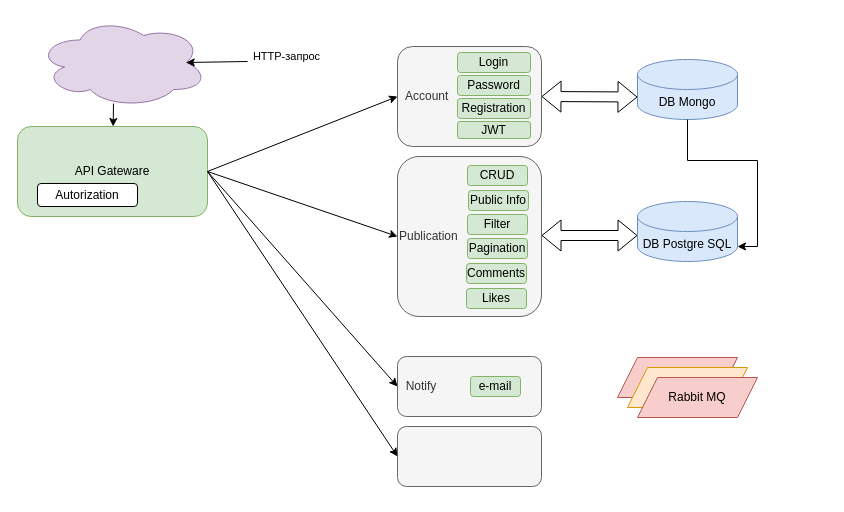
This is specification.drawio from htmlacademy-nestjs/2270551-readme-5, a draw.io file, before an edit. Source tidied: cells renumbered, new cells numbered last; positions are measured from the earlier drawing's top-left corner, leaving out a move shared by most shapes. Both pictures are drawn from the tidied source at 100%, with x=0, y=0 at pixel (17, 17).
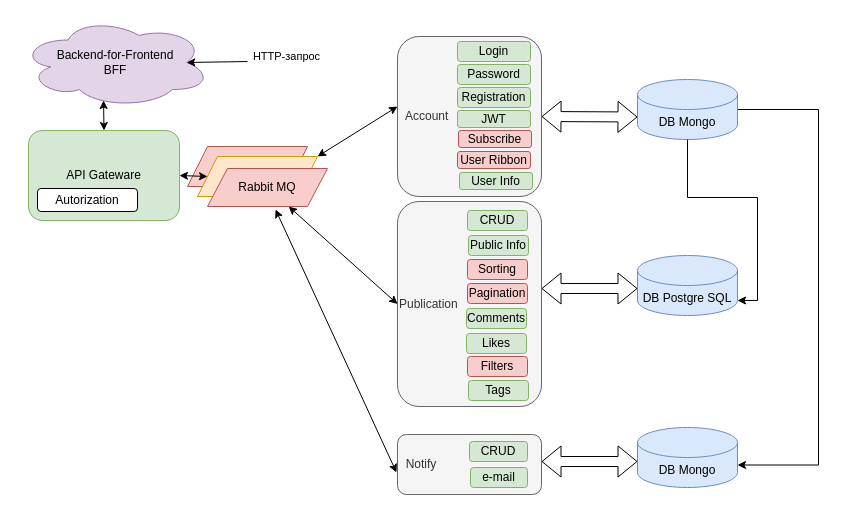
The same page after the edit.

Diff of the diagram source:
```diff
@@
-    <mxCell id="2" style="ellipse;shape=cloud;whiteSpace=wrap;html=1;fillColor=#e1d5e7;strokeColor=#9673a6;" parent="1" vertex="1">
-      <mxGeometry x="20" width="170" height="90" as="geometry" />
+    <mxCell id="2" value="Backend-for-Frontend&lt;br&gt;BFF" style="ellipse;shape=cloud;whiteSpace=wrap;html=1;fillColor=#e1d5e7;strokeColor=#9673a6;" parent="1" vertex="1">
+      <mxGeometry x="3" width="190" height="90" as="geometry" />
     </mxCell>
-    <mxCell id="3" style="endArrow=classic;html=1;rounded=0;exitX=0.447;exitY=0.956;exitDx=0;exitDy=0;exitPerimeter=0;" parent="1" edge="1" source="2" target="4">
-      <mxGeometry relative="1" as="geometry" />
-    </mxCell>
     <mxCell id="4" value="API Gateware" style="rounded=1;whiteSpace=wrap;html=1;fillColor=#d5e8d4;strokeColor=#82b366;" parent="1" vertex="1">
-      <mxGeometry y="109" width="190" height="90" as="geometry" />
+      <mxGeometry x="11" y="113" width="151" height="90" as="geometry" />
     </mxCell>
     <mxCell id="5" value="&amp;nbsp; Account" style="rounded=1;whiteSpace=wrap;html=1;fillColor=#f5f5f5;fontColor=#333333;strokeColor=#666666;align=left;" parent="1" vertex="1">
-      <mxGeometry x="380" y="29" width="144" height="100" as="geometry" />
+      <mxGeometry x="380" y="19" width="144" height="160" as="geometry" />
     </mxCell>
     <mxCell id="6" value="Publication" style="rounded=1;whiteSpace=wrap;html=1;fillColor=#f5f5f5;fontColor=#333333;strokeColor=#666666;align=left;" parent="1" vertex="1">
-      <mxGeometry x="380" y="139" width="144" height="160" as="geometry" />
+      <mxGeometry x="380" y="184" width="144" height="205" as="geometry" />
     </mxCell>
     <mxCell id="7" value="&lt;div style=&quot;&quot;&gt;&lt;div style=&quot;&quot;&gt;&amp;nbsp; Notify&lt;/div&gt;&lt;/div&gt;" style="rounded=1;whiteSpace=wrap;html=1;fillColor=#f5f5f5;fontColor=#333333;strokeColor=#666666;align=left;" parent="1" vertex="1">
-      <mxGeometry x="380" y="339" width="144" height="60" as="geometry" />
+      <mxGeometry x="380" y="417" width="144" height="60" as="geometry" />
     </mxCell>
-    <mxCell id="8" style="rounded=1;whiteSpace=wrap;html=1;fillColor=#f5f5f5;fontColor=#333333;strokeColor=#666666;" parent="1" vertex="1">
-      <mxGeometry x="380" y="409" width="144" height="60" as="geometry" />
-    </mxCell>
+    <mxCell id="34" style="edgeStyle=orthogonalEdgeStyle;rounded=0;jettySize=auto;html=1;exitX=1;exitY=0.5;exitDx=0;exitDy=0;exitPerimeter=0;entryX=1;entryY=0;entryDx=0;entryDy=37.5;entryPerimeter=0;" parent="1" edge="1" source="9" target="42">
+      <mxGeometry relative="1" as="geometry">
+        <Array as="points">
+          <mxPoint x="801" y="92" />
+          <mxPoint x="801" y="448" />
+        </Array>
+      </mxGeometry>
+    </mxCell>
     <mxCell id="9" value="DB Mongo" style="shape=cylinder3;whiteSpace=wrap;html=1;boundedLbl=1;backgroundOutline=1;size=15;fillColor=#dae8fc;strokeColor=#6c8ebf;" parent="1" vertex="1">
-      <mxGeometry x="620" y="42" width="100" height="60" as="geometry" />
+      <mxGeometry x="620" y="62" width="100" height="60" as="geometry" />
     </mxCell>
@@
     <mxCell id="11" value="DB Postgre SQL" style="shape=cylinder3;whiteSpace=wrap;html=1;boundedLbl=1;backgroundOutline=1;size=15;fillColor=#dae8fc;strokeColor=#6c8ebf;" parent="1" vertex="1">
-      <mxGeometry x="620" y="184" width="100" height="60" as="geometry" />
+      <mxGeometry x="620" y="238" width="100" height="60" as="geometry" />
     </mxCell>
     <mxCell id="12" style="shape=flexArrow;endArrow=classic;startArrow=classic;html=1;rounded=0;exitX=1;exitY=0.5;exitDx=0;exitDy=0;" parent="1" edge="1">
       <mxGeometry relative="1" as="geometry">
-        <mxPoint x="524" y="218" as="sourcePoint" />
-        <mxPoint x="620" y="218" as="targetPoint" />
+        <mxPoint x="524" y="271" as="sourcePoint" />
+        <mxPoint x="620" y="271" as="targetPoint" />
       </mxGeometry>
     </mxCell>
     <mxCell id="13" style="shape=parallelogram;perimeter=parallelogramPerimeter;whiteSpace=wrap;html=1;fixedSize=1;fillColor=#f8cecc;strokeColor=#b85450;" parent="1" vertex="1">
-      <mxGeometry x="600" y="340" width="120" height="40" as="geometry" />
+      <mxGeometry x="170" y="129" width="120" height="40" as="geometry" />
     </mxCell>
     <mxCell id="14" style="shape=parallelogram;perimeter=parallelogramPerimeter;whiteSpace=wrap;html=1;fixedSize=1;fillColor=#ffe6cc;strokeColor=#d79b00;" parent="1" vertex="1">
-      <mxGeometry x="610" y="350" width="120" height="40" as="geometry" />
+      <mxGeometry x="180" y="139" width="120" height="40" as="geometry" />
     </mxCell>
     <mxCell id="15" value="Rabbit MQ" style="shape=parallelogram;perimeter=parallelogramPerimeter;whiteSpace=wrap;html=1;fixedSize=1;fillColor=#f8cecc;strokeColor=#b85450;" parent="1" vertex="1">
-      <mxGeometry x="620" y="360" width="120" height="40" as="geometry" />
+      <mxGeometry x="190" y="151" width="120" height="38" as="geometry" />
     </mxCell>
@@
-    <mxCell id="17" style="endArrow=classic;html=1;rounded=0;exitX=1;exitY=0.5;exitDx=0;exitDy=0;entryX=0;entryY=0.5;entryDx=0;entryDy=0;" parent="1" edge="1" source="4" target="5">
-      <mxGeometry relative="1" as="geometry" />
-    </mxCell>
-    <mxCell id="18" style="endArrow=classic;html=1;rounded=0;exitX=1;exitY=0.5;exitDx=0;exitDy=0;entryX=0;entryY=0.5;entryDx=0;entryDy=0;" parent="1" edge="1" source="4" target="6">
-      <mxGeometry relative="1" as="geometry" />
-    </mxCell>
-    <mxCell id="19" style="endArrow=classic;html=1;rounded=0;exitX=1;exitY=0.5;exitDx=0;exitDy=0;entryX=0;entryY=0.5;entryDx=0;entryDy=0;" parent="1" edge="1" source="4" target="7">
-      <mxGeometry relative="1" as="geometry" />
-    </mxCell>
-    <mxCell id="20" style="endArrow=classic;html=1;rounded=0;exitX=1;exitY=0.5;exitDx=0;exitDy=0;entryX=0;entryY=0.5;entryDx=0;entryDy=0;" parent="1" edge="1" source="4" target="8">
-      <mxGeometry relative="1" as="geometry" />
-    </mxCell>
     <mxCell id="21" value="e-mail" style="rounded=1;whiteSpace=wrap;html=1;fillColor=#d5e8d4;strokeColor=#82b366;" parent="1" vertex="1">
-      <mxGeometry x="453" y="359" width="50" height="20" as="geometry" />
+      <mxGeometry x="453" y="450" width="57" height="20" as="geometry" />
     </mxCell>
     <mxCell id="22" value="Login" style="rounded=1;whiteSpace=wrap;html=1;fillColor=#d5e8d4;strokeColor=#82b366;" parent="1" vertex="1">
-      <mxGeometry x="440" y="35" width="73" height="20" as="geometry" />
+      <mxGeometry x="440" y="24" width="73" height="20" as="geometry" />
     </mxCell>
     <mxCell id="23" value="JWT" style="rounded=1;whiteSpace=wrap;html=1;fillColor=#d5e8d4;strokeColor=#82b366;" parent="1" vertex="1">
-      <mxGeometry x="440" y="104" width="73" height="17" as="geometry" />
+      <mxGeometry x="440" y="93" width="73" height="17" as="geometry" />
     </mxCell>
     <mxCell id="24" value="Registration" style="rounded=1;whiteSpace=wrap;html=1;fillColor=#d5e8d4;strokeColor=#82b366;" parent="1" vertex="1">
-      <mxGeometry x="440" y="81" width="73" height="20" as="geometry" />
+      <mxGeometry x="440" y="70" width="73" height="20" as="geometry" />
     </mxCell>
@@
-    <mxCell id="26" value="Filter" style="rounded=1;whiteSpace=wrap;html=1;fillColor=#d5e8d4;strokeColor=#82b366;" parent="1" vertex="1">
-      <mxGeometry x="450" y="197" width="60" height="20" as="geometry" />
+    <mxCell id="26" value="Sorting" style="rounded=1;whiteSpace=wrap;html=1;fillColor=#f8cecc;strokeColor=#b85450;" parent="1" vertex="1">
+      <mxGeometry x="450" y="242" width="60" height="20" as="geometry" />
     </mxCell>
     <mxCell id="27" value="CRUD" style="rounded=1;whiteSpace=wrap;html=1;fillColor=#d5e8d4;strokeColor=#82b366;" parent="1" vertex="1">
-      <mxGeometry x="450" y="148" width="60" height="20" as="geometry" />
+      <mxGeometry x="450" y="193" width="60" height="20" as="geometry" />
     </mxCell>
     <mxCell id="28" value="Autorization" style="rounded=1;whiteSpace=wrap;html=1;" parent="1" vertex="1">
-      <mxGeometry x="20" y="166" width="100" height="23" as="geometry" />
+      <mxGeometry x="20" y="171" width="100" height="23" as="geometry" />
     </mxCell>
-    <mxCell id="29" value="Pagination" style="rounded=1;whiteSpace=wrap;html=1;fillColor=#d5e8d4;strokeColor=#82b366;" parent="1" vertex="1">
-      <mxGeometry x="450" y="221" width="60" height="20" as="geometry" />
+    <mxCell id="29" value="Pagination" style="rounded=1;whiteSpace=wrap;html=1;fillColor=#f8cecc;strokeColor=#b85450;" parent="1" vertex="1">
+      <mxGeometry x="450" y="266" width="60" height="20" as="geometry" />
     </mxCell>
     <mxCell id="30" value="Comments" style="rounded=1;whiteSpace=wrap;html=1;fillColor=#d5e8d4;strokeColor=#82b366;" parent="1" vertex="1">
-      <mxGeometry x="449" y="246" width="60" height="20" as="geometry" />
+      <mxGeometry x="449" y="291" width="60" height="20" as="geometry" />
     </mxCell>
     <mxCell id="31" value="Likes" style="rounded=1;whiteSpace=wrap;html=1;fillColor=#d5e8d4;strokeColor=#82b366;" parent="1" vertex="1">
-      <mxGeometry x="449" y="271" width="60" height="20" as="geometry" />
+      <mxGeometry x="449" y="316" width="60" height="20" as="geometry" />
     </mxCell>
     <mxCell id="32" value="Public Info" style="rounded=1;whiteSpace=wrap;html=1;fillColor=#d5e8d4;strokeColor=#82b366;" parent="1" vertex="1">
-      <mxGeometry x="451" y="173" width="60" height="20" as="geometry" />
+      <mxGeometry x="451" y="218" width="60" height="20" as="geometry" />
     </mxCell>
     <mxCell id="33" value="Password" style="rounded=1;whiteSpace=wrap;html=1;fillColor=#d5e8d4;strokeColor=#82b366;" parent="1" vertex="1">
-      <mxGeometry x="440" y="58" width="73" height="20" as="geometry" />
+      <mxGeometry x="440" y="47" width="73" height="20" as="geometry" />
     </mxCell>
+    <mxCell id="35" value="Subscribe" style="rounded=1;whiteSpace=wrap;html=1;fillColor=#f8cecc;strokeColor=#b85450;" parent="1" vertex="1">
+      <mxGeometry x="441" y="113" width="73" height="17" as="geometry" />
+    </mxCell>
+    <mxCell id="36" value="User Ribbon" style="rounded=1;whiteSpace=wrap;html=1;fillColor=#f8cecc;strokeColor=#b85450;" parent="1" vertex="1">
+      <mxGeometry x="440" y="134" width="73" height="17" as="geometry" />
+    </mxCell>
+    <mxCell id="37" value="Filters" style="rounded=1;whiteSpace=wrap;html=1;fillColor=#f8cecc;strokeColor=#b85450;" parent="1" vertex="1">
+      <mxGeometry x="450" y="339" width="60" height="20" as="geometry" />
+    </mxCell>
+    <mxCell id="38" value="User Info" style="rounded=1;whiteSpace=wrap;html=1;fillColor=#d5e8d4;strokeColor=#82b366;" parent="1" vertex="1">
+      <mxGeometry x="442" y="155" width="73" height="17" as="geometry" />
+    </mxCell>
+    <mxCell id="39" value="Tags" style="rounded=1;whiteSpace=wrap;html=1;fillColor=#d5e8d4;strokeColor=#82b366;" parent="1" vertex="1">
+      <mxGeometry x="451" y="363" width="60" height="20" as="geometry" />
+    </mxCell>
+    <mxCell id="40" value="CRUD" style="rounded=1;whiteSpace=wrap;html=1;fillColor=#d5e8d4;strokeColor=#82b366;" parent="1" vertex="1">
+      <mxGeometry x="452" y="424" width="58" height="20" as="geometry" />
+    </mxCell>
+    <mxCell id="41" style="shape=flexArrow;endArrow=classic;startArrow=classic;html=1;rounded=0;exitX=1;exitY=0.5;exitDx=0;exitDy=0;" parent="1" edge="1">
+      <mxGeometry relative="1" as="geometry">
+        <mxPoint x="524" y="444" as="sourcePoint" />
+        <mxPoint x="620" y="444" as="targetPoint" />
+      </mxGeometry>
+    </mxCell>
+    <mxCell id="42" value="DB Mongo" style="shape=cylinder3;whiteSpace=wrap;html=1;boundedLbl=1;backgroundOutline=1;size=15;fillColor=#dae8fc;strokeColor=#6c8ebf;" parent="1" vertex="1">
+      <mxGeometry x="620" y="410" width="100" height="60" as="geometry" />
+    </mxCell>
+    <mxCell id="43" style="endArrow=classic;startArrow=classic;html=1;rounded=0;exitX=1;exitY=0;exitDx=0;exitDy=0;" parent="1" edge="1" source="14">
+      <mxGeometry relative="1" as="geometry">
+        <mxPoint x="380" y="89" as="targetPoint" />
+      </mxGeometry>
+    </mxCell>
+    <mxCell id="44" style="endArrow=classic;startArrow=classic;html=1;rounded=0;entryX=0;entryY=0.5;entryDx=0;entryDy=0;" parent="1" edge="1" source="15" target="6">
+      <mxGeometry relative="1" as="geometry" />
+    </mxCell>
+    <mxCell id="45" style="endArrow=classic;startArrow=classic;html=1;rounded=0;entryX=-0.007;entryY=0.633;entryDx=0;entryDy=0;exitX=0.567;exitY=1.079;exitDx=0;exitDy=0;exitPerimeter=0;entryPerimeter=0;" parent="1" edge="1" source="15" target="7">
+      <mxGeometry relative="1" as="geometry" />
+    </mxCell>
+    <mxCell id="46" style="endArrow=classic;startArrow=classic;html=1;rounded=0;entryX=0.437;entryY=0.922;entryDx=0;entryDy=0;entryPerimeter=0;exitX=0.5;exitY=0;exitDx=0;exitDy=0;" parent="1" edge="1" source="4" target="2">
+      <mxGeometry relative="1" as="geometry" />
+    </mxCell>
+    <mxCell id="47" style="endArrow=classic;startArrow=classic;html=1;rounded=0;entryX=0;entryY=0.5;entryDx=0;entryDy=0;exitX=1;exitY=0.5;exitDx=0;exitDy=0;" parent="1" edge="1" source="4" target="14">
+      <mxGeometry relative="1" as="geometry" />
+    </mxCell>
```
